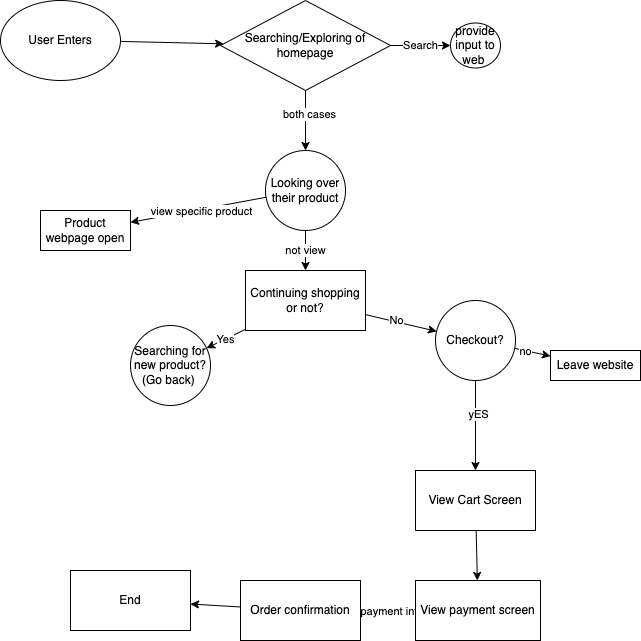
Earlier version of the draw.io export explore/disgramming/diagram.drawio.png (PaulLai1022/sp24-cse110-lab4). Source tidied: cells renumbered, new cells last; positions are measured from the earlier drawing's top-left corner, leaving out a move shared by most shapes. Its diagram source:
```xml
<mxGraphModel>
  <root>
    <mxCell id="0" />
    <mxCell id="1" parent="0" />
    <mxCell id="2" style="edgeStyle=none;html=1;" parent="1" edge="1" source="3" target="7">
      <mxGeometry relative="1" as="geometry" />
    </mxCell>
    <mxCell id="3" value="User Enters" style="ellipse;whiteSpace=wrap;html=1;" parent="1" vertex="1">
      <mxGeometry width="120" height="80" as="geometry" />
    </mxCell>
    <mxCell id="4" value="Search" style="edgeStyle=none;html=1;" parent="1" edge="1" source="7" target="8">
      <mxGeometry relative="1" as="geometry" />
    </mxCell>
    <mxCell id="5" style="edgeStyle=none;html=1;" parent="1" edge="1" source="7" target="12">
      <mxGeometry relative="1" as="geometry" />
    </mxCell>
    <mxCell id="6" value="both cases" style="edgeLabel;html=1;align=center;verticalAlign=middle;" parent="5" vertex="1">
      <mxGeometry x="-0.23" y="3" relative="1" as="geometry" />
    </mxCell>
    <mxCell id="7" value="Searching/Exploring of homepage" style="rhombus;whiteSpace=wrap;html=1;" parent="1" vertex="1">
      <mxGeometry x="220" width="170" height="90" as="geometry" />
    </mxCell>
    <mxCell id="8" value="provide input to web&amp;nbsp;" style="ellipse;whiteSpace=wrap;html=1;" parent="1" vertex="1">
      <mxGeometry x="450" y="22.5" width="50" height="45" as="geometry" />
    </mxCell>
    <mxCell id="9" style="edgeStyle=none;html=1;" parent="1" edge="1" source="12" target="13">
      <mxGeometry relative="1" as="geometry" />
    </mxCell>
    <mxCell id="10" value="view specific product" style="edgeLabel;html=1;align=center;verticalAlign=middle;" parent="9" vertex="1">
      <mxGeometry x="-0.03" y="1" relative="1" as="geometry" />
    </mxCell>
    <mxCell id="11" value="not view" style="edgeStyle=none;html=1;" parent="1" edge="1" source="12" target="17">
      <mxGeometry relative="1" as="geometry" />
    </mxCell>
    <mxCell id="12" value="Looking over their product" style="ellipse;whiteSpace=wrap;html=1;" parent="1" vertex="1">
      <mxGeometry x="265" y="150" width="80" height="80" as="geometry" />
    </mxCell>
    <mxCell id="13" value="Product webpage open" style="whiteSpace=wrap;html=1;" parent="1" vertex="1">
      <mxGeometry x="40" y="210" width="90" height="40" as="geometry" />
    </mxCell>
    <mxCell id="14" value="Yes" style="edgeStyle=none;html=1;" parent="1" edge="1" source="17" target="18">
      <mxGeometry relative="1" as="geometry" />
    </mxCell>
    <mxCell id="15" style="edgeStyle=none;html=1;" parent="1" edge="1" source="17" target="23">
      <mxGeometry relative="1" as="geometry" />
    </mxCell>
    <mxCell id="16" value="No" style="edgeLabel;html=1;align=center;verticalAlign=middle;" parent="15" vertex="1">
      <mxGeometry x="-0.2" y="2" relative="1" as="geometry" />
    </mxCell>
    <mxCell id="17" value="Continuing shopping or not?" style="whiteSpace=wrap;html=1;" parent="1" vertex="1">
      <mxGeometry x="245" y="270" width="120" height="60" as="geometry" />
    </mxCell>
    <mxCell id="18" value="Searching for new product?(Go back)&amp;nbsp;" style="ellipse;whiteSpace=wrap;html=1;" parent="1" vertex="1">
      <mxGeometry x="130" y="325" width="80" height="80" as="geometry" />
    </mxCell>
    <mxCell id="19" style="edgeStyle=none;html=1;" parent="1" edge="1" source="23" target="24">
      <mxGeometry relative="1" as="geometry" />
    </mxCell>
    <mxCell id="20" value="no" style="edgeLabel;html=1;align=center;verticalAlign=middle;" parent="19" vertex="1">
      <mxGeometry x="-0.48" relative="1" as="geometry" />
    </mxCell>
    <mxCell id="21" style="edgeStyle=none;html=1;" parent="1" edge="1" source="23" target="26">
      <mxGeometry relative="1" as="geometry" />
    </mxCell>
    <mxCell id="22" value="yES" style="edgeLabel;html=1;align=center;verticalAlign=middle;" parent="21" vertex="1">
      <mxGeometry x="-0.29" y="2" relative="1" as="geometry" />
    </mxCell>
    <mxCell id="23" value="Checkout?" style="ellipse;whiteSpace=wrap;html=1;" parent="1" vertex="1">
      <mxGeometry x="435" y="300" width="80" height="80" as="geometry" />
    </mxCell>
    <mxCell id="24" value="Leave website" style="whiteSpace=wrap;html=1;" parent="1" vertex="1">
      <mxGeometry x="550" y="350" width="90" height="30" as="geometry" />
    </mxCell>
    <mxCell id="25" style="edgeStyle=none;html=1;" parent="1" edge="1" source="26" target="29">
      <mxGeometry relative="1" as="geometry" />
    </mxCell>
    <mxCell id="26" value="View Cart Screen" style="whiteSpace=wrap;html=1;" parent="1" vertex="1">
      <mxGeometry x="415" y="470" width="120" height="60" as="geometry" />
    </mxCell>
    <mxCell id="27" style="edgeStyle=none;html=1;" parent="1" edge="1" source="29" target="31">
      <mxGeometry relative="1" as="geometry" />
    </mxCell>
    <mxCell id="28" value="inputing payment information" style="edgeLabel;html=1;align=center;verticalAlign=middle;" parent="27" vertex="1">
      <mxGeometry x="-0.03" relative="1" as="geometry" />
    </mxCell>
    <mxCell id="29" value="View payment screen" style="whiteSpace=wrap;html=1;" parent="1" vertex="1">
      <mxGeometry x="415" y="580" width="125" height="60" as="geometry" />
    </mxCell>
    <mxCell id="30" style="edgeStyle=none;html=1;" parent="1" edge="1" source="31" target="32">
      <mxGeometry relative="1" as="geometry" />
    </mxCell>
    <mxCell id="31" value="Order confirmation" style="whiteSpace=wrap;html=1;" parent="1" vertex="1">
      <mxGeometry x="240" y="580" width="120" height="60" as="geometry" />
    </mxCell>
    <mxCell id="32" value="End" style="whiteSpace=wrap;html=1;" parent="1" vertex="1">
      <mxGeometry x="70" y="570" width="120" height="60" as="geometry" />
    </mxCell>
  </root>
</mxGraphModel>
```
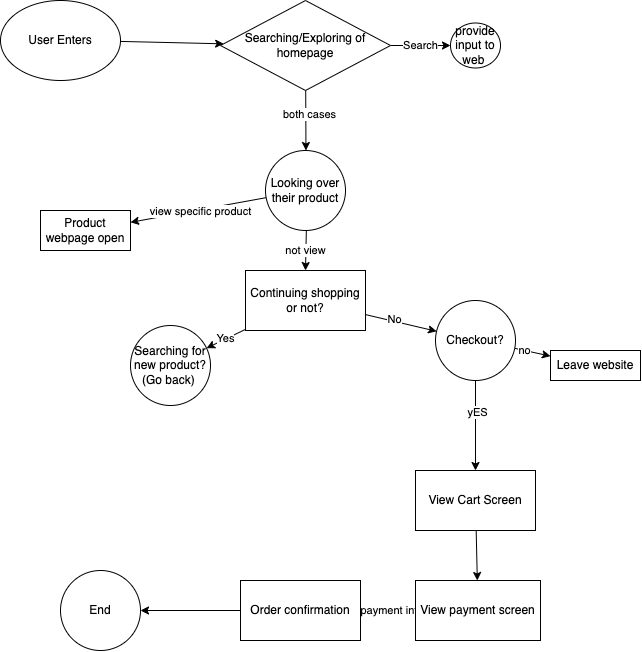
After the change.

The edit, as a diff of the source:
```diff
@@ -92,8 +92,8 @@
     <mxCell id="31" value="Order confirmation" style="whiteSpace=wrap;html=1;" parent="1" vertex="1">
       <mxGeometry x="240" y="580" width="120" height="60" as="geometry" />
     </mxCell>
-    <mxCell id="32" value="End" style="whiteSpace=wrap;html=1;" parent="1" vertex="1">
-      <mxGeometry x="70" y="570" width="120" height="60" as="geometry" />
+    <mxCell id="32" value="End" style="ellipse;whiteSpace=wrap;html=1;" parent="1" vertex="1">
+      <mxGeometry x="60" y="570" width="80" height="80" as="geometry" />
     </mxCell>
   </root>
 </mxGraphModel>
```
